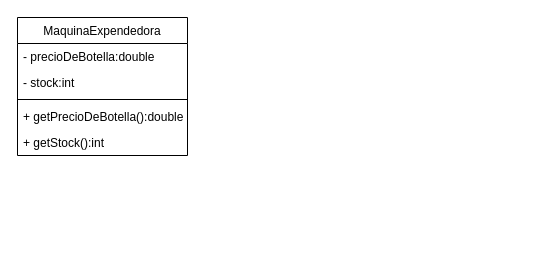
Above: unq-po2-state-maquinaExpendedora.drawio in nhubczyk/Diagramas-UML (draw.io), before the change. Source tidied: cells renumbered, new cells numbered last; positions are measured from the earlier drawing's top-left corner, leaving out a move shared by most shapes. Both pictures are drawn from the tidied source at 100%, with x=0, y=0 at pixel (17, 17).
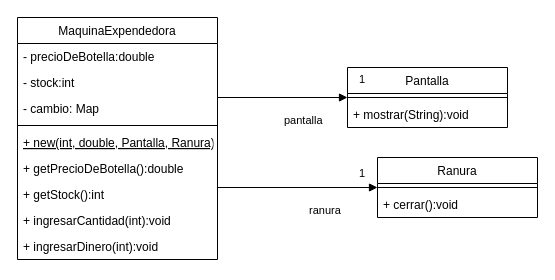
Above is the later version.

Change to the diagram source:
```diff
@@
     <mxCell id="2" value="MaquinaExpendedora" style="swimlane;fontStyle=0;align=center;verticalAlign=top;horizontal=1;startSize=26;" parent="1" vertex="1">
-      <mxGeometry width="170" height="138" as="geometry" />
+      <mxGeometry width="200" height="242" as="geometry" />
     </mxCell>
     <mxCell id="3" value="- precioDeBotella:double" style="text;strokeColor=none;fillColor=none;align=left;verticalAlign=top;spacingLeft=4;spacingRight=4;overflow=hidden;" parent="2" vertex="1">
-      <mxGeometry y="26" width="170" height="26" as="geometry" />
+      <mxGeometry y="26" width="200" height="26" as="geometry" />
     </mxCell>
     <mxCell id="4" value="- stock:int" style="text;strokeColor=none;fillColor=none;align=left;verticalAlign=top;spacingLeft=4;spacingRight=4;overflow=hidden;" parent="2" vertex="1">
-      <mxGeometry y="52" width="170" height="26" as="geometry" />
+      <mxGeometry y="52" width="200" height="26" as="geometry" />
     </mxCell>
+    <mxCell id="8" value="- cambio: Map" style="text;strokeColor=none;fillColor=none;align=left;verticalAlign=top;spacingLeft=4;spacingRight=4;overflow=hidden;" parent="2" vertex="1">
+      <mxGeometry y="78" width="200" height="26" as="geometry" />
+    </mxCell>
     <mxCell id="5" style="line;strokeWidth=1;fillColor=none;align=left;verticalAlign=middle;spacingTop=-1;spacingLeft=3;spacingRight=3;labelPosition=right;strokeColor=inherit;" parent="2" vertex="1">
-      <mxGeometry y="78" width="170" height="8" as="geometry" />
+      <mxGeometry y="104" width="200" height="8" as="geometry" />
     </mxCell>
+    <mxCell id="9" value="+ new(int, double, Pantalla, Ranura)" style="text;strokeColor=none;fillColor=none;align=left;verticalAlign=top;spacingLeft=4;spacingRight=4;overflow=hidden;fontStyle=4;" parent="2" vertex="1">
+      <mxGeometry y="112" width="200" height="26" as="geometry" />
+    </mxCell>
     <mxCell id="6" value="+ getPrecioDeBotella():double" style="text;strokeColor=none;fillColor=none;align=left;verticalAlign=top;spacingLeft=4;spacingRight=4;overflow=hidden;" parent="2" vertex="1">
-      <mxGeometry y="86" width="170" height="26" as="geometry" />
+      <mxGeometry y="138" width="200" height="26" as="geometry" />
     </mxCell>
     <mxCell id="7" value="+ getStock():int" style="text;strokeColor=none;fillColor=none;align=left;verticalAlign=top;spacingLeft=4;spacingRight=4;overflow=hidden;" parent="2" vertex="1">
-      <mxGeometry y="112" width="170" height="26" as="geometry" />
+      <mxGeometry y="164" width="200" height="26" as="geometry" />
     </mxCell>
+    <mxCell id="10" value="+ ingresarCantidad(int):void" style="text;strokeColor=none;fillColor=none;align=left;verticalAlign=top;spacingLeft=4;spacingRight=4;overflow=hidden;" parent="2" vertex="1">
+      <mxGeometry y="190" width="200" height="26" as="geometry" />
+    </mxCell>
+    <mxCell id="11" value="+ ingresarDinero(int):void" style="text;strokeColor=none;fillColor=none;align=left;verticalAlign=top;spacingLeft=4;spacingRight=4;overflow=hidden;" parent="2" vertex="1">
+      <mxGeometry y="216" width="200" height="26" as="geometry" />
+    </mxCell>
+    <mxCell id="12" value="Pantalla" style="swimlane;fontStyle=0;align=center;verticalAlign=top;horizontal=1;startSize=26;" parent="1" vertex="1">
+      <mxGeometry x="330" y="50" width="160" height="60" as="geometry" />
+    </mxCell>
+    <mxCell id="13" style="line;strokeWidth=1;fillColor=none;align=left;verticalAlign=middle;spacingTop=-1;spacingLeft=3;spacingRight=3;labelPosition=right;strokeColor=inherit;" parent="12" vertex="1">
+      <mxGeometry y="26" width="160" height="8" as="geometry" />
+    </mxCell>
+    <mxCell id="14" value="+ mostrar(String):void" style="text;strokeColor=none;fillColor=none;align=left;verticalAlign=top;spacingLeft=4;spacingRight=4;overflow=hidden;" parent="12" vertex="1">
+      <mxGeometry y="34" width="160" height="26" as="geometry" />
+    </mxCell>
+    <mxCell id="15" value="pantalla" style="endArrow=block;endFill=1;html=1;edgeStyle=orthogonalEdgeStyle;align=left;verticalAlign=top;rounded=0;" parent="1" edge="1">
+      <mxGeometry y="-10" relative="1" as="geometry">
+        <mxPoint x="200" y="80" as="sourcePoint" />
+        <mxPoint x="330" y="80" as="targetPoint" />
+      </mxGeometry>
+    </mxCell>
+    <mxCell id="16" value="1" style="edgeLabel;html=1;align=left;verticalAlign=bottom;" parent="15" vertex="1">
+      <mxGeometry x="-1" relative="1" as="geometry">
+        <mxPoint x="140" y="-10" as="offset" />
+      </mxGeometry>
+    </mxCell>
+    <mxCell id="17" value="Ranura" style="swimlane;fontStyle=0;align=center;verticalAlign=top;horizontal=1;startSize=26;" parent="1" vertex="1">
+      <mxGeometry x="360" y="140" width="160" height="60" as="geometry" />
+    </mxCell>
+    <mxCell id="18" style="line;strokeWidth=1;fillColor=none;align=left;verticalAlign=middle;spacingTop=-1;spacingLeft=3;spacingRight=3;labelPosition=right;strokeColor=inherit;" parent="17" vertex="1">
+      <mxGeometry y="26" width="160" height="8" as="geometry" />
+    </mxCell>
+    <mxCell id="19" value="+ cerrar():void" style="text;strokeColor=none;fillColor=none;align=left;verticalAlign=top;spacingLeft=4;spacingRight=4;overflow=hidden;" parent="17" vertex="1">
+      <mxGeometry y="34" width="160" height="26" as="geometry" />
+    </mxCell>
+    <mxCell id="20" value="ranura" style="endArrow=block;endFill=1;html=1;edgeStyle=orthogonalEdgeStyle;align=left;verticalAlign=top;rounded=0;" parent="1" edge="1">
+      <mxGeometry x="0.12" y="-10" relative="1" as="geometry">
+        <mxPoint x="200" y="170" as="sourcePoint" />
+        <mxPoint x="360" y="170" as="targetPoint" />
+      </mxGeometry>
+    </mxCell>
+    <mxCell id="21" value="1" style="edgeLabel;html=1;align=left;verticalAlign=bottom;" parent="20" vertex="1">
+      <mxGeometry x="-1" relative="1" as="geometry">
+        <mxPoint x="140" y="-6" as="offset" />
+      </mxGeometry>
+    </mxCell>
```
